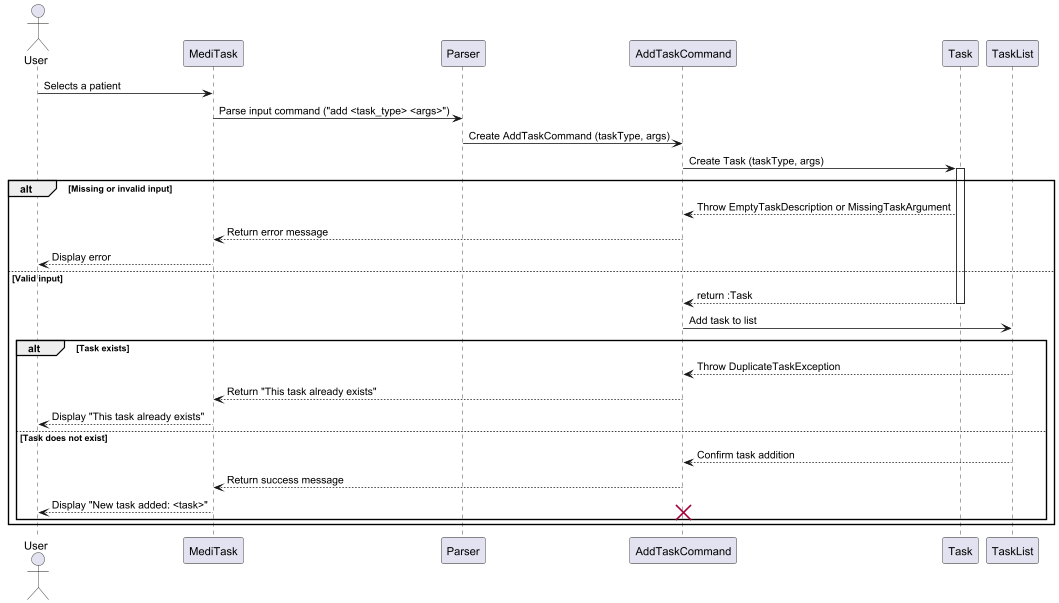
Above: docs/images/AddTaskSequenceDiagram.png in nus-cs2113-AY2425S1/tp (PlantUML), before the change.
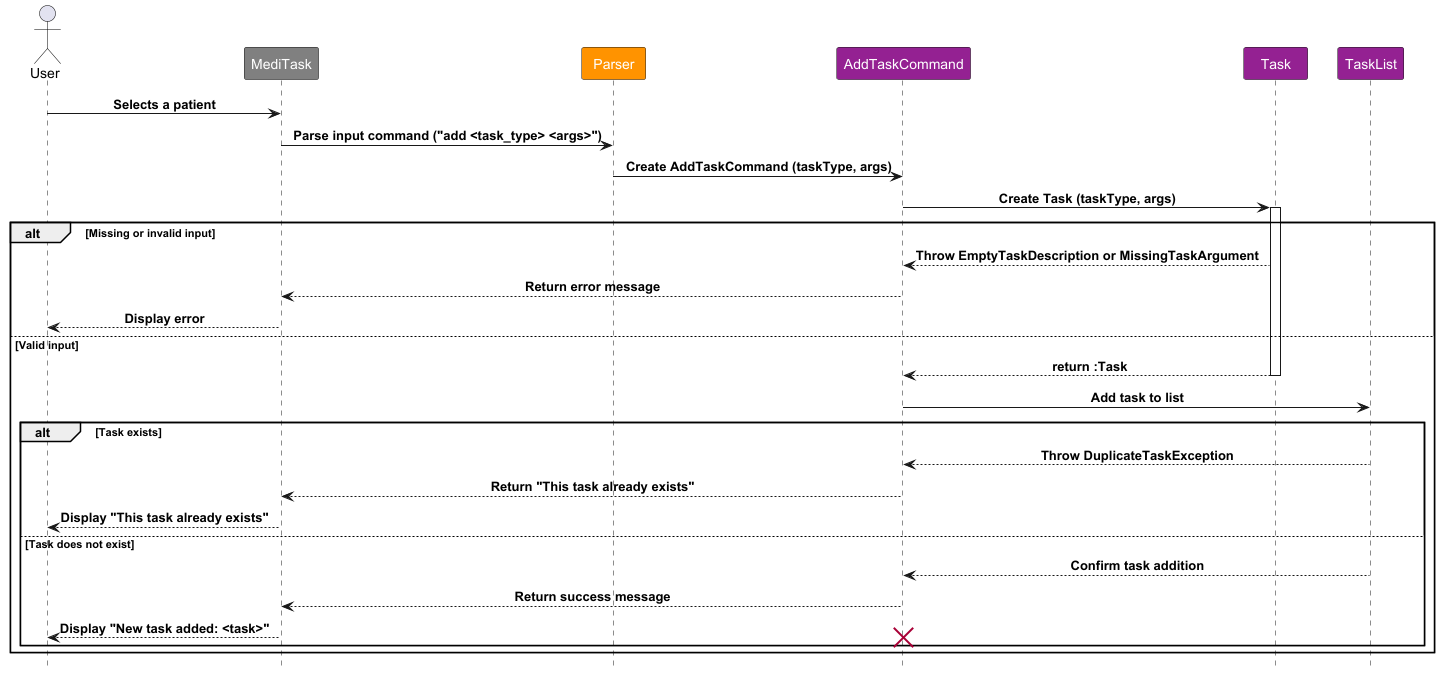
After the commit.

Commit message:
Save images of the edited class and sequence diagrams

The edit, as a diff of the source:
```diff
@@ -1,10 +1,14 @@
 @startuml
+
+!include style.puml
+skinparam ArrowFormatStyle plain
+
 actor User
-participant MediTask
-participant Parser
-participant AddTaskCommand
-participant Task
-participant TaskList
+participant MediTask MAIN_COLOR
+participant Parser PARSER_COLOR
+participant AddTaskCommand COMMAND_COLOR
+participant Task COMMAND_COLOR
+participant TaskList COMMAND_COLOR
 
 User -> MediTask: Selects a patient
 MediTask -> Parser: Parse input command ("add <task_type> <args>")
```
